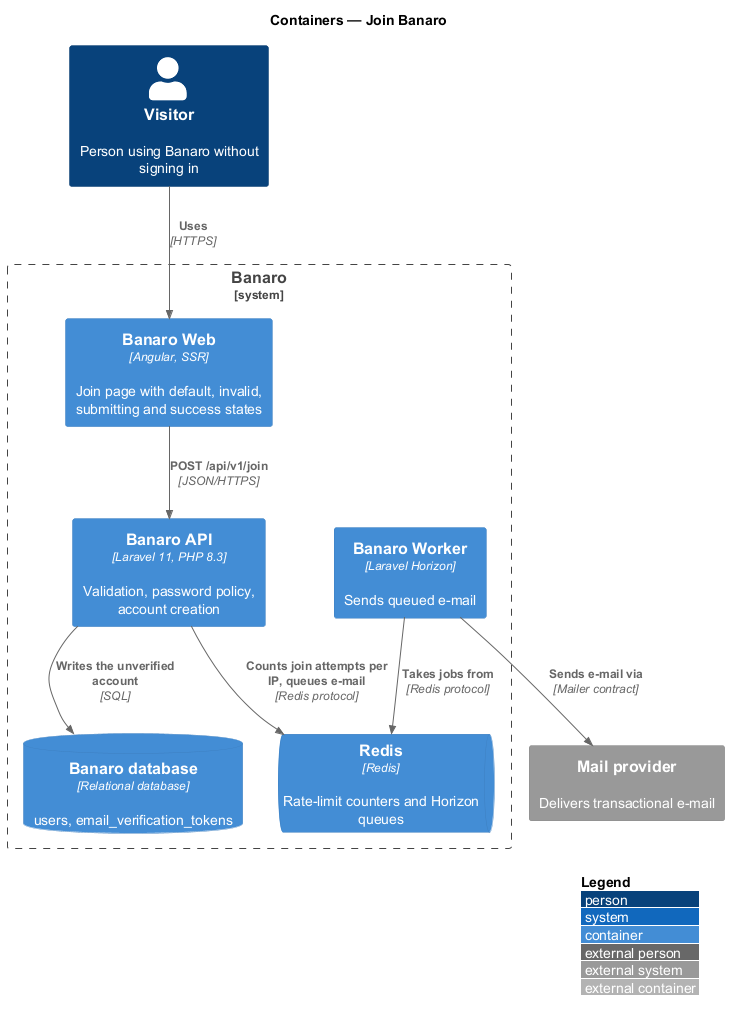
Above: docs/detailed-designs/identity/join-banaro/diagrams/c4-container.png in QuinntyneBrown/banaro (PlantUML), before the change. Its diagram source:
```plantuml
@startuml
!include <C4/C4_Container>
LAYOUT_WITH_LEGEND()
title Containers — Join Banaro

Person(visitor, "Visitor", "Person using Banaro without signing in")
System_Ext(mail, "Mail provider", "Delivers transactional e-mail")

System_Boundary(banaro, "Banaro") {
  Container(web, "Banaro Web", "Angular, SSR", "Join page with default, invalid, submitting and success states")
  Container(api, "Banaro API", "Laravel 11, PHP 8.3", "Validation, password policy, account creation")
  Container(worker, "Banaro Worker", "Laravel Horizon", "Sends queued e-mail")
  ContainerDb(db, "Banaro database", "Relational database", "users, email_verification_tokens")
  ContainerQueue(redis, "Redis", "Redis", "Rate-limit counters and Horizon queues")
}

Rel(visitor, web, "Uses", "HTTPS")
Rel(web, api, "POST /api/v1/join", "JSON/HTTPS")
Rel(api, redis, "Counts join attempts per IP, queues e-mail", "Redis protocol")
Rel(api, db, "Writes the unverified account", "SQL")
Rel(worker, redis, "Takes jobs from", "Redis protocol")
Rel(worker, mail, "Sends e-mail via", "Mailer contract")
@enduml
```
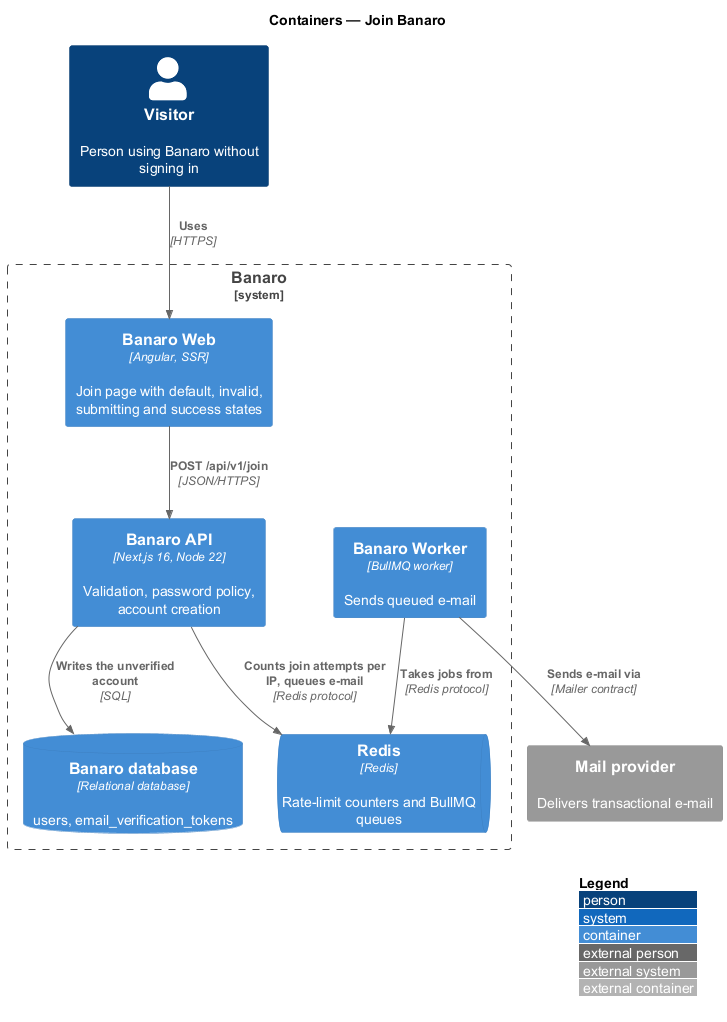
The same diagram one commit later.

Change to the diagram source:
```diff
@@ -8,10 +8,10 @@
 
 System_Boundary(banaro, "Banaro") {
   Container(web, "Banaro Web", "Angular, SSR", "Join page with default, invalid, submitting and success states")
-  Container(api, "Banaro API", "Laravel 11, PHP 8.3", "Validation, password policy, account creation")
-  Container(worker, "Banaro Worker", "Laravel Horizon", "Sends queued e-mail")
+  Container(api, "Banaro API", "Next.js 16, Node 22", "Validation, password policy, account creation")
+  Container(worker, "Banaro Worker", "BullMQ worker", "Sends queued e-mail")
   ContainerDb(db, "Banaro database", "Relational database", "users, email_verification_tokens")
-  ContainerQueue(redis, "Redis", "Redis", "Rate-limit counters and Horizon queues")
+  ContainerQueue(redis, "Redis", "Redis", "Rate-limit counters and BullMQ queues")
 }
 
 Rel(visitor, web, "Uses", "HTTPS")
```
